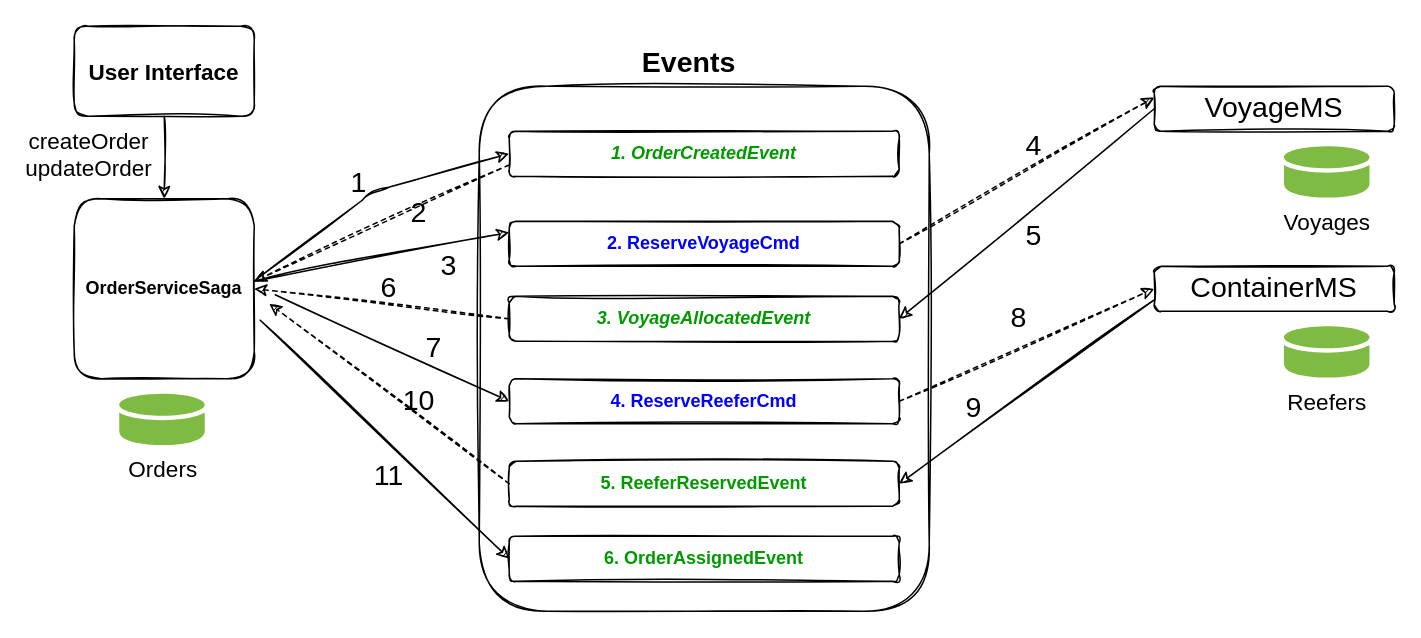
This is images/HappyPath.drawio from ibm-cloud-architecture/eda-saga-orchestration, a draw.io file, before an edit. Source tidied: cells renumbered, new cells numbered last; positions are measured from the earlier drawing's top-left corner, leaving out a move shared by most shapes. Both pictures are drawn from the tidied source at 150%, with x=0, y=0 at pixel (44, 26).
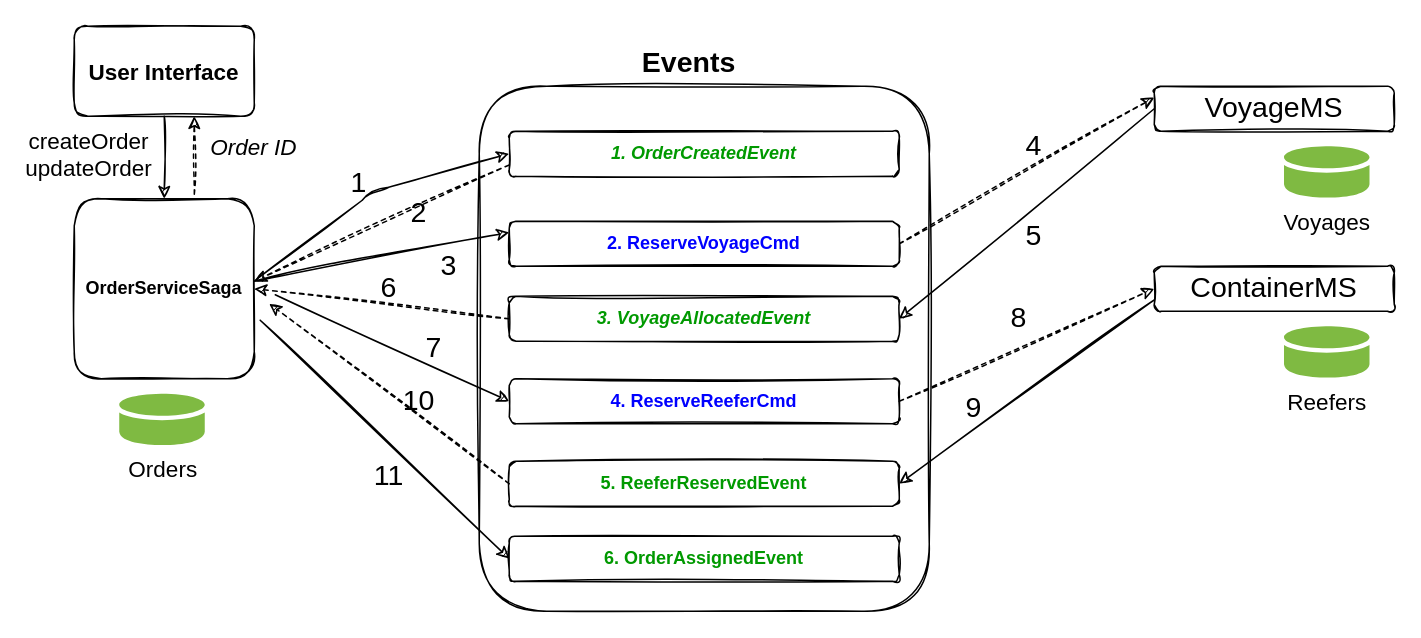
The same diagram, later.

Unchanged cells that the change refers to:
```xml
<mxCell id="3" style="whiteSpace=wrap;html=1;rounded=1;sketch=1;" parent="1" vertex="1">
  <mxGeometry x="20" y="115" width="120" height="120" as="geometry" />
</mxCell>
```

Diff of the diagram source:
```diff
@@
+    <mxCell id="42" style="endArrow=classic;html=1;rounded=1;dashed=1;sketch=1;fontSize=19;exitX=0.667;exitY=-0.025;exitDx=0;exitDy=0;entryX=1;entryY=0.5;entryDx=0;entryDy=0;exitPerimeter=0;" parent="1" edge="1" source="3">
+      <mxGeometry relative="1" as="geometry">
+        <mxPoint x="100" y="60" as="targetPoint" />
+      </mxGeometry>
+    </mxCell>
+    <mxCell id="43" value="&lt;i&gt;Order ID&lt;/i&gt;" style="text;html=1;strokeColor=none;fillColor=none;align=center;verticalAlign=middle;whiteSpace=wrap;rounded=0;labelBackgroundColor=#FFFFFF;sketch=1;fillStyle=hachure;fontSize=15;fontColor=#000000;" parent="1" vertex="1">
+      <mxGeometry x="110" y="65" width="60" height="30" as="geometry" />
+    </mxCell>
```
